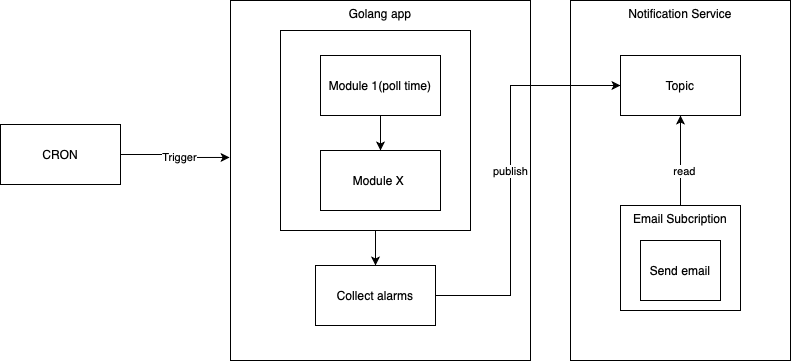
This is img/architecture.png from msedzins/apics-monitoring, a draw.io export, as it was before one commit. Source tidied: cells renumbered, new cells last; positions are measured from the earlier drawing's top-left corner, leaving out a move shared by most shapes. Its diagram source:
```xml
<mxGraphModel>
  <root>
    <mxCell id="0" />
    <mxCell id="1" parent="0" />
    <mxCell id="2" style="edgeStyle=orthogonalEdgeStyle;rounded=0;jettySize=auto;html=1;entryX=-0.003;entryY=0.436;entryDx=0;entryDy=0;entryPerimeter=0;" parent="1" edge="1" source="4" target="5">
      <mxGeometry relative="1" as="geometry" />
    </mxCell>
    <mxCell id="3" value="Trigger" style="edgeLabel;html=1;align=center;verticalAlign=middle;" parent="2" vertex="1">
      <mxGeometry x="0.11" relative="1" as="geometry" />
    </mxCell>
    <mxCell id="4" value="CRON" style="rounded=0;whiteSpace=wrap;html=1;" parent="1" vertex="1">
      <mxGeometry y="124" width="120" height="60" as="geometry" />
    </mxCell>
    <mxCell id="5" value="Golang app" style="rounded=0;whiteSpace=wrap;html=1;align=center;verticalAlign=top;" parent="1" vertex="1">
      <mxGeometry x="230" width="300" height="360" as="geometry" />
    </mxCell>
    <mxCell id="6" style="edgeStyle=orthogonalEdgeStyle;rounded=0;jettySize=auto;html=1;entryX=0.5;entryY=0;entryDx=0;entryDy=0;" parent="1" edge="1" source="7" target="12">
      <mxGeometry relative="1" as="geometry" />
    </mxCell>
    <mxCell id="7" style="rounded=0;whiteSpace=wrap;html=1;align=center;" parent="1" vertex="1">
      <mxGeometry x="280" y="30" width="190" height="200" as="geometry" />
    </mxCell>
    <mxCell id="8" style="edgeStyle=orthogonalEdgeStyle;rounded=0;jettySize=auto;html=1;entryX=0.5;entryY=0;entryDx=0;entryDy=0;" parent="1" edge="1" source="9" target="10">
      <mxGeometry relative="1" as="geometry" />
    </mxCell>
    <mxCell id="9" value="Module 1(poll time)" style="rounded=0;whiteSpace=wrap;html=1;align=center;" parent="1" vertex="1">
      <mxGeometry x="320" y="55" width="120" height="60" as="geometry" />
    </mxCell>
    <mxCell id="10" value="Module X&amp;nbsp;" style="rounded=0;whiteSpace=wrap;html=1;align=center;" parent="1" vertex="1">
      <mxGeometry x="320" y="150" width="120" height="60" as="geometry" />
    </mxCell>
    <mxCell id="11" style="edgeStyle=orthogonalEdgeStyle;rounded=0;orthogonalLoop=1;jettySize=auto;html=1;exitX=0.5;exitY=1;exitDx=0;exitDy=0;" parent="1" edge="1" source="7" target="7">
      <mxGeometry relative="1" as="geometry" />
    </mxCell>
    <mxCell id="12" value="Collect alarms" style="rounded=0;whiteSpace=wrap;html=1;align=center;" parent="1" vertex="1">
      <mxGeometry x="315" y="265" width="120" height="60" as="geometry" />
    </mxCell>
    <mxCell id="13" value="Notification Service" style="rounded=0;whiteSpace=wrap;html=1;align=center;verticalAlign=top;" parent="1" vertex="1">
      <mxGeometry x="570" width="220" height="360" as="geometry" />
    </mxCell>
    <mxCell id="14" value="Topic" style="rounded=0;whiteSpace=wrap;html=1;align=center;" parent="1" vertex="1">
      <mxGeometry x="620" y="55" width="120" height="60" as="geometry" />
    </mxCell>
    <mxCell id="15" style="edgeStyle=orthogonalEdgeStyle;rounded=0;jettySize=auto;html=1;entryX=0;entryY=0.5;entryDx=0;entryDy=0;" parent="1" edge="1" source="12" target="14">
      <mxGeometry relative="1" as="geometry">
        <Array as="points">
          <mxPoint x="510" y="295" />
          <mxPoint x="510" y="85" />
        </Array>
      </mxGeometry>
    </mxCell>
    <mxCell id="16" value="publish" style="edgeLabel;html=1;align=center;verticalAlign=middle;" parent="15" vertex="1">
      <mxGeometry x="0.01" y="1" relative="1" as="geometry" />
    </mxCell>
    <mxCell id="17" style="edgeStyle=orthogonalEdgeStyle;rounded=0;jettySize=auto;html=1;entryX=0.5;entryY=1;entryDx=0;entryDy=0;" parent="1" edge="1" source="19" target="14">
      <mxGeometry relative="1" as="geometry" />
    </mxCell>
    <mxCell id="18" value="read" style="edgeLabel;html=1;align=center;verticalAlign=middle;" parent="17" vertex="1">
      <mxGeometry x="-0.22" y="-3" relative="1" as="geometry" />
    </mxCell>
    <mxCell id="19" value="Email Subcription" style="rounded=0;whiteSpace=wrap;html=1;align=center;verticalAlign=top;" parent="1" vertex="1">
      <mxGeometry x="620" y="205" width="120" height="105" as="geometry" />
    </mxCell>
    <mxCell id="20" value="Send email" style="rounded=0;whiteSpace=wrap;html=1;align=center;" parent="1" vertex="1">
      <mxGeometry x="640" y="240" width="80" height="60" as="geometry" />
    </mxCell>
  </root>
</mxGraphModel>
```
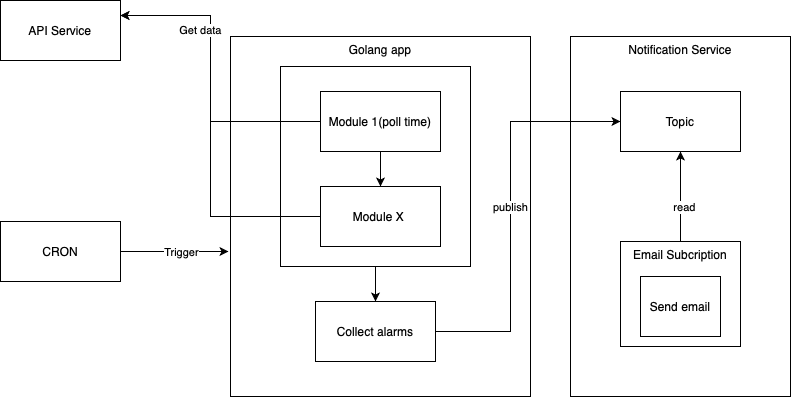
The same diagram one commit later.

Diff of the diagram source:
```diff
@@ -2,14 +2,16 @@
   <root>
     <mxCell id="0" />
     <mxCell id="1" parent="0" />
-    <mxCell id="2" style="edgeStyle=orthogonalEdgeStyle;rounded=0;jettySize=auto;html=1;entryX=-0.003;entryY=0.436;entryDx=0;entryDy=0;entryPerimeter=0;" parent="1" edge="1" source="4" target="5">
-      <mxGeometry relative="1" as="geometry" />
+    <mxCell id="2" style="edgeStyle=orthogonalEdgeStyle;rounded=0;jettySize=auto;html=1;" parent="1" edge="1" source="4">
+      <mxGeometry relative="1" as="geometry">
+        <mxPoint x="228" y="215" as="targetPoint" />
+      </mxGeometry>
     </mxCell>
     <mxCell id="3" value="Trigger" style="edgeLabel;html=1;align=center;verticalAlign=middle;" parent="2" vertex="1">
       <mxGeometry x="0.11" relative="1" as="geometry" />
     </mxCell>
     <mxCell id="4" value="CRON" style="rounded=0;whiteSpace=wrap;html=1;" parent="1" vertex="1">
-      <mxGeometry y="124" width="120" height="60" as="geometry" />
+      <mxGeometry y="185" width="120" height="60" as="geometry" />
     </mxCell>
     <mxCell id="5" value="Golang app" style="rounded=0;whiteSpace=wrap;html=1;align=center;verticalAlign=top;" parent="1" vertex="1">
       <mxGeometry x="230" width="300" height="360" as="geometry" />
@@ -23,9 +25,25 @@
     <mxCell id="8" style="edgeStyle=orthogonalEdgeStyle;rounded=0;jettySize=auto;html=1;entryX=0.5;entryY=0;entryDx=0;entryDy=0;" parent="1" edge="1" source="9" target="10">
       <mxGeometry relative="1" as="geometry" />
     </mxCell>
+    <mxCell id="21" style="edgeStyle=orthogonalEdgeStyle;rounded=0;jettySize=auto;html=1;entryX=1;entryY=0.25;entryDx=0;entryDy=0;" parent="1" edge="1" source="9" target="23">
+      <mxGeometry relative="1" as="geometry">
+        <Array as="points">
+          <mxPoint x="210" y="85" />
+          <mxPoint x="210" y="-21" />
+        </Array>
+      </mxGeometry>
+    </mxCell>
     <mxCell id="9" value="Module 1(poll time)" style="rounded=0;whiteSpace=wrap;html=1;align=center;" parent="1" vertex="1">
       <mxGeometry x="320" y="55" width="120" height="60" as="geometry" />
     </mxCell>
+    <mxCell id="22" value="Get data" style="edgeStyle=orthogonalEdgeStyle;rounded=0;jettySize=auto;html=1;entryX=1;entryY=0.25;entryDx=0;entryDy=0;" parent="1" edge="1" source="10" target="23">
+      <mxGeometry x="0.6" y="15" relative="1" as="geometry">
+        <Array as="points">
+          <mxPoint x="210" y="180" />
+          <mxPoint x="210" y="-21" />
+        </Array>
+      </mxGeometry>
+    </mxCell>
     <mxCell id="10" value="Module X&amp;nbsp;" style="rounded=0;whiteSpace=wrap;html=1;align=center;" parent="1" vertex="1">
       <mxGeometry x="320" y="150" width="120" height="60" as="geometry" />
     </mxCell>
@@ -64,5 +82,8 @@
     <mxCell id="20" value="Send email" style="rounded=0;whiteSpace=wrap;html=1;align=center;" parent="1" vertex="1">
       <mxGeometry x="640" y="240" width="80" height="60" as="geometry" />
     </mxCell>
+    <mxCell id="23" value="API Service" style="rounded=0;whiteSpace=wrap;html=1;" parent="1" vertex="1">
+      <mxGeometry y="-36" width="120" height="60" as="geometry" />
+    </mxCell>
   </root>
 </mxGraphModel>
```
